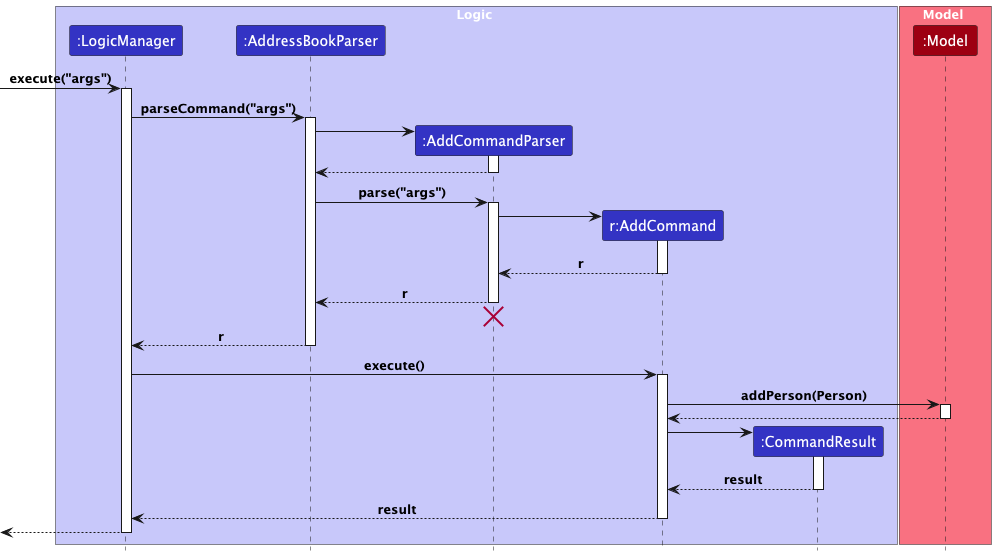
Earlier version of the PlantUML export docs/images/AddCommandSequenceDiagram.png (nus-cs2103-AY2425S1/tp).
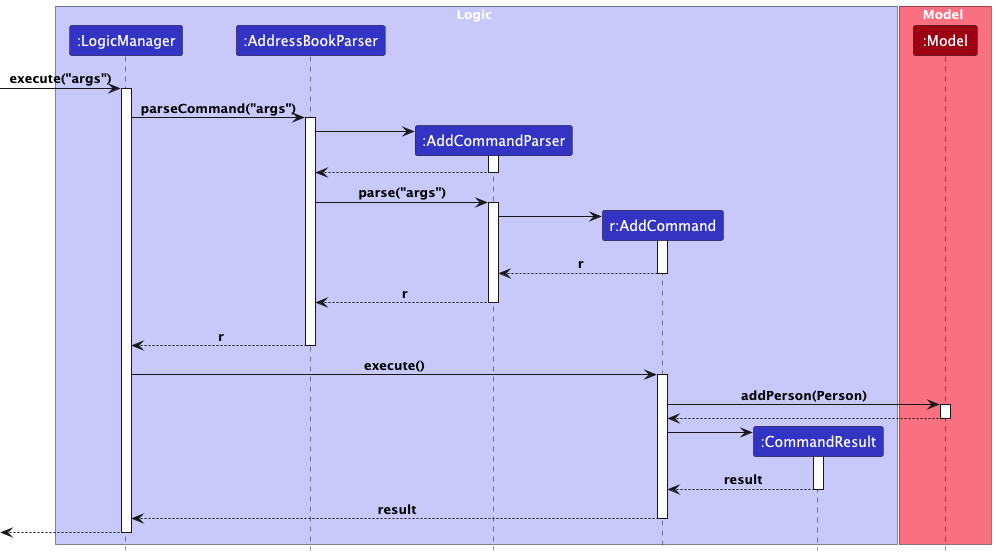
Above is the later version.

Diff of the diagram source:
```diff
@@ -40,7 +40,6 @@
 deactivate AddCommandParser
 
 AddCommandParser -[hidden]-> AddressBookParser
-destroy AddCommandParser
 
 AddressBookParser --> LogicManager : r
 deactivate AddressBookParser
```
